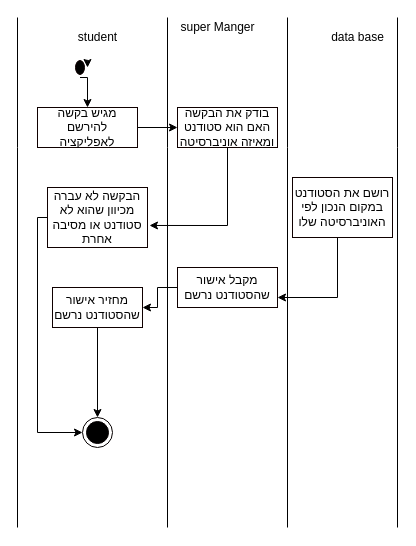
This is documents/Activity diagram.drawio from nadavsuissa/WeStudent, a draw.io file, before an edit. Source tidied: cells renumbered, new cells numbered last; positions are measured from the earlier drawing's top-left corner, leaving out a move shared by most shapes. Both pictures are drawn from the tidied source at 100%, with x=0, y=0 at pixel (17, 17).
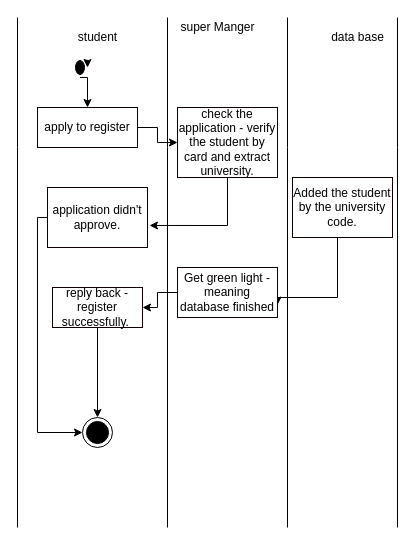
The same page after the edit.

Commit message:
trasnlated to english

What changed in the source:
```diff
@@
-    <mxCell id="12" value="מגיש בקשה להירשם לאפליקציה" style="whiteSpace=wrap;html=1;align=center;strokeColor=#0F0000;" parent="1" vertex="1">
+    <mxCell id="12" value="apply to register" style="whiteSpace=wrap;html=1;align=center;strokeColor=#0F0000;" parent="1" vertex="1">
       <mxGeometry x="20" y="90" width="100" height="40" as="geometry" />
     </mxCell>
@@
-    <mxCell id="15" value="בודק את הבקשה האם הוא סטודנט ומאיזה אוניברסיטה " style="whiteSpace=wrap;html=1;align=center;strokeColor=#0F0000;" parent="1" vertex="1">
-      <mxGeometry x="160" y="90" width="100" height="40" as="geometry" />
+    <mxCell id="15" value="check the application - verify the student by card and extract university." style="whiteSpace=wrap;html=1;align=center;strokeColor=#0F0000;" parent="1" vertex="1">
+      <mxGeometry x="160" y="90" width="100" height="70" as="geometry" />
     </mxCell>
@@
-    <mxCell id="17" value="רושם את הסטודנט במקום הנכון לפי האוניברסיטה שלו" style="whiteSpace=wrap;html=1;align=center;strokeColor=#0F0000;" parent="1" vertex="1">
+    <mxCell id="17" value="Added the student by the university code." style="whiteSpace=wrap;html=1;align=center;strokeColor=#0F0000;" parent="1" vertex="1">
       <mxGeometry x="275" y="160" width="100" height="60" as="geometry" />
     </mxCell>
@@
-    <mxCell id="19" value="הבקשה לא עברה מכיוון שהוא לא סטודנט או מסיבה אחרת" style="whiteSpace=wrap;html=1;align=center;strokeColor=#0F0000;" parent="1" vertex="1">
+    <mxCell id="19" value="application didn't approve." style="whiteSpace=wrap;html=1;align=center;strokeColor=#0F0000;" parent="1" vertex="1">
       <mxGeometry x="30" y="170" width="100" height="60" as="geometry" />
     </mxCell>
@@
-    <mxCell id="21" value="מקבל אישור שהסטודנט נרשם" style="whiteSpace=wrap;html=1;strokeColor=#0F0000;" parent="1" vertex="1">
-      <mxGeometry x="160" y="250" width="100" height="40" as="geometry" />
+    <mxCell id="21" value="Get green light - meaning database finished" style="whiteSpace=wrap;html=1;strokeColor=#0F0000;" parent="1" vertex="1">
+      <mxGeometry x="160" y="250" width="100" height="50" as="geometry" />
     </mxCell>
@@
-    <mxCell id="23" value="מחזיר אישור שהסטודנט נרשם" style="whiteSpace=wrap;html=1;strokeColor=#0F0000;" parent="1" vertex="1">
+    <mxCell id="23" value="reply back - register successfully.&amp;nbsp;" style="whiteSpace=wrap;html=1;strokeColor=#0F0000;" parent="1" vertex="1">
       <mxGeometry x="35" y="270" width="90" height="40" as="geometry" />
     </mxCell>
```
